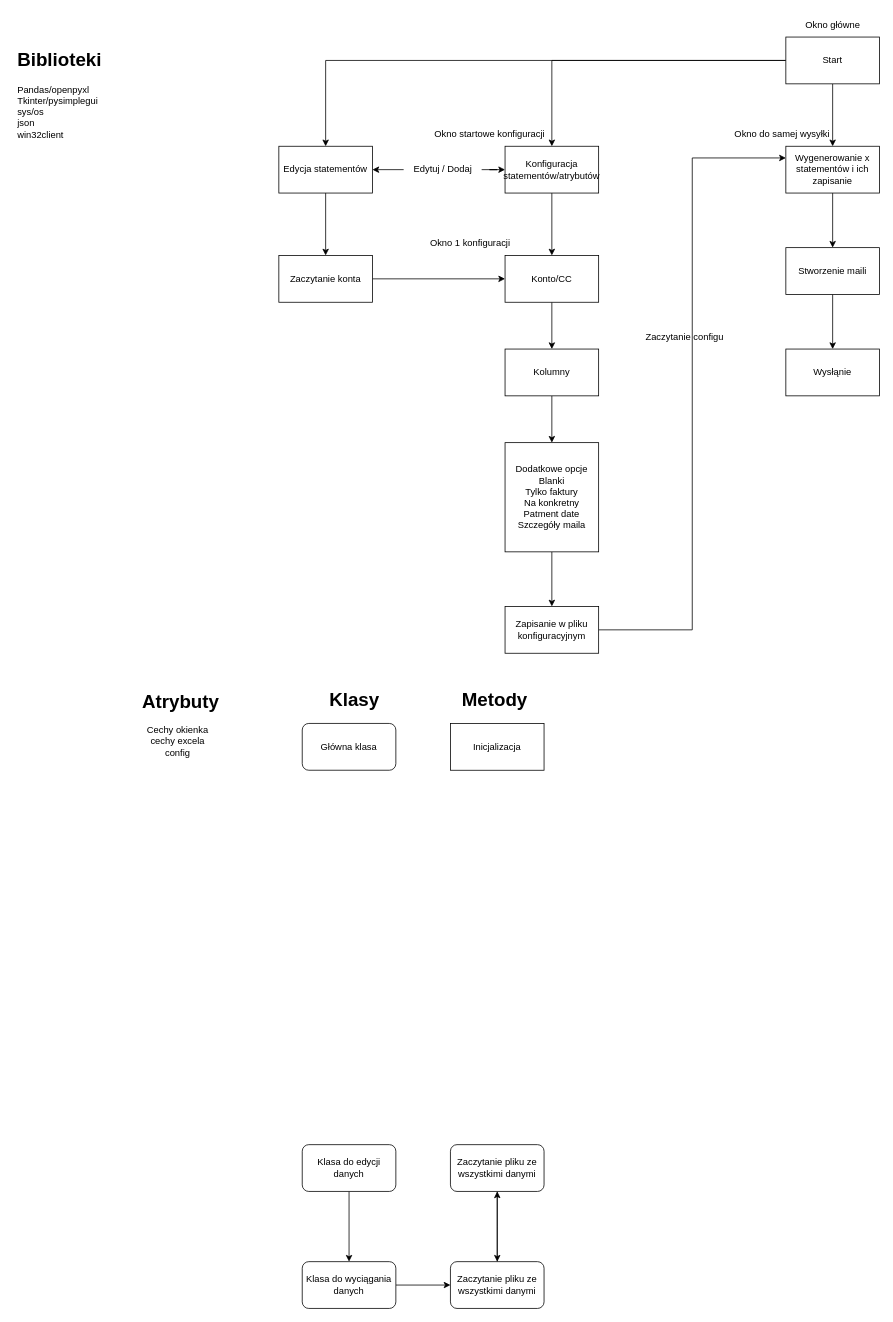
The draw.io diagram projekt (1).drawio in kielbowicz/PythonPyCharm, before the edit. Source tidied: cells renumbered, new cells numbered last; positions are measured from the earlier drawing's top-left corner, leaving out a move shared by most shapes. Both pictures are drawn from the tidied source at 78%, with x=0, y=0 at pixel (13, 13).
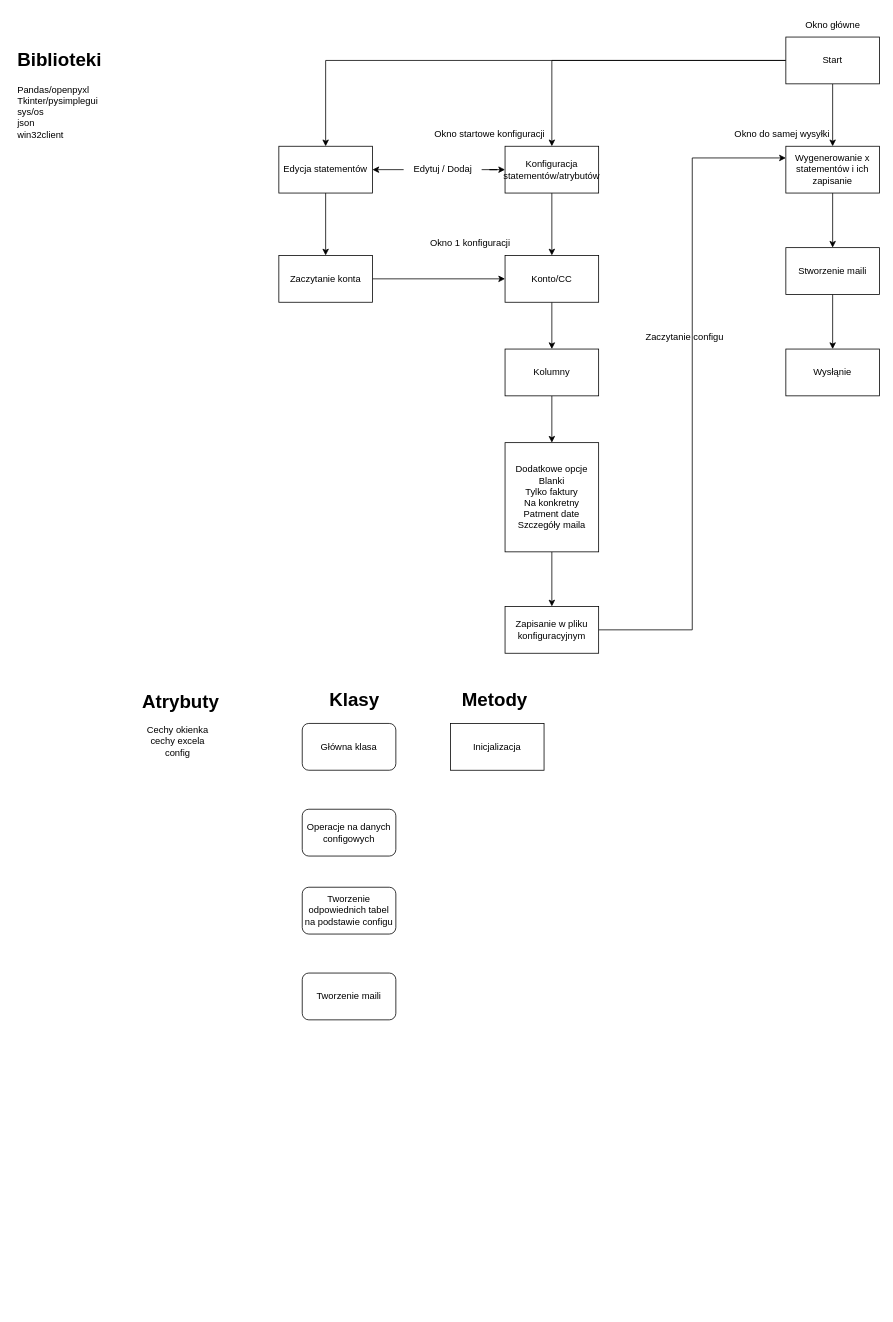
The same diagram, later.

The edit, as a diff of the source:
```diff
@@
-    <mxCell id="31" style="edgeStyle=orthogonalEdgeStyle;rounded=0;jettySize=auto;html=1;" parent="1" edge="1" source="32" target="36">
-      <mxGeometry relative="1" as="geometry" />
-    </mxCell>
-    <mxCell id="32" value="Klasa do edycji danych" style="rounded=1;whiteSpace=wrap;html=1;arcSize=14;" parent="1" vertex="1">
-      <mxGeometry x="370" y="1450" width="120" height="60" as="geometry" />
-    </mxCell>
-    <mxCell id="33" style="edgeStyle=orthogonalEdgeStyle;rounded=0;jettySize=auto;html=1;entryX=0.5;entryY=0;entryDx=0;entryDy=0;" parent="1" edge="1" source="34" target="38">
-      <mxGeometry relative="1" as="geometry" />
-    </mxCell>
-    <mxCell id="34" value="Zaczytanie pliku ze wszystkimi danymi" style="rounded=1;whiteSpace=wrap;html=1;arcSize=14;" parent="1" vertex="1">
-      <mxGeometry x="560" y="1450" width="120" height="60" as="geometry" />
-    </mxCell>
-    <mxCell id="35" style="edgeStyle=orthogonalEdgeStyle;rounded=0;jettySize=auto;html=1;entryX=0;entryY=0.5;entryDx=0;entryDy=0;" parent="1" edge="1" source="36" target="38">
-      <mxGeometry relative="1" as="geometry" />
-    </mxCell>
-    <mxCell id="36" value="Klasa do wyciągania danych" style="rounded=1;whiteSpace=wrap;html=1;arcSize=14;" parent="1" vertex="1">
-      <mxGeometry x="370" y="1600" width="120" height="60" as="geometry" />
-    </mxCell>
-    <mxCell id="37" style="edgeStyle=orthogonalEdgeStyle;rounded=0;jettySize=auto;html=1;" parent="1" edge="1" source="38">
-      <mxGeometry relative="1" as="geometry">
-        <mxPoint x="620" y="1510" as="targetPoint" />
-      </mxGeometry>
-    </mxCell>
-    <mxCell id="38" value="Zaczytanie pliku ze wszystkimi danymi" style="rounded=1;whiteSpace=wrap;html=1;arcSize=14;" parent="1" vertex="1">
-      <mxGeometry x="560" y="1600" width="120" height="60" as="geometry" />
-    </mxCell>
@@
+    <mxCell id="48" value="Operacje na danych configowych" style="rounded=1;whiteSpace=wrap;html=1;arcSize=14;" parent="1" vertex="1">
+      <mxGeometry x="370" y="1020" width="120" height="60" as="geometry" />
+    </mxCell>
+    <mxCell id="49" value="Tworzenie odpowiednich tabel na podstawie configu" style="rounded=1;whiteSpace=wrap;html=1;arcSize=14;" parent="1" vertex="1">
+      <mxGeometry x="370" y="1120" width="120" height="60" as="geometry" />
+    </mxCell>
+    <mxCell id="50" value="Tworzenie maili" style="rounded=1;whiteSpace=wrap;html=1;arcSize=14;" parent="1" vertex="1">
+      <mxGeometry x="370" y="1230" width="120" height="60" as="geometry" />
+    </mxCell>
```
